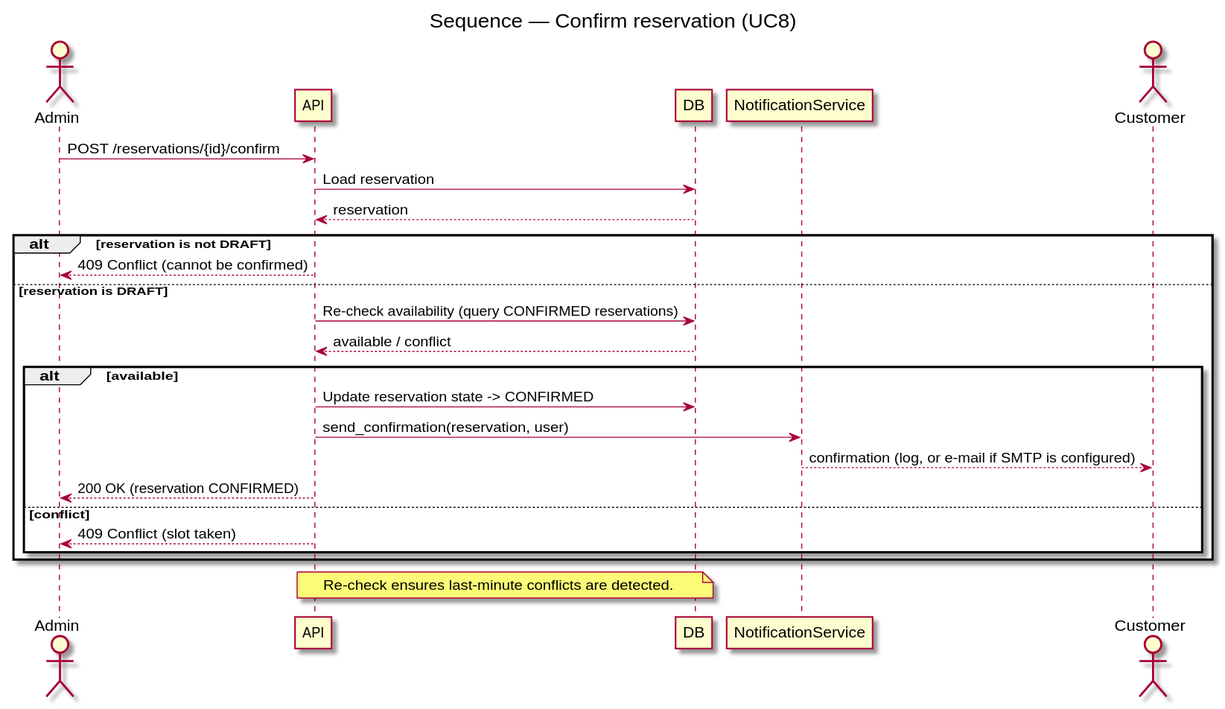
DavidMagyarics/CarRentalVSB keeps this PlantUML diagram as docs/diagrams/sequence_confirm_reservation.svg. Above is the earlier version.
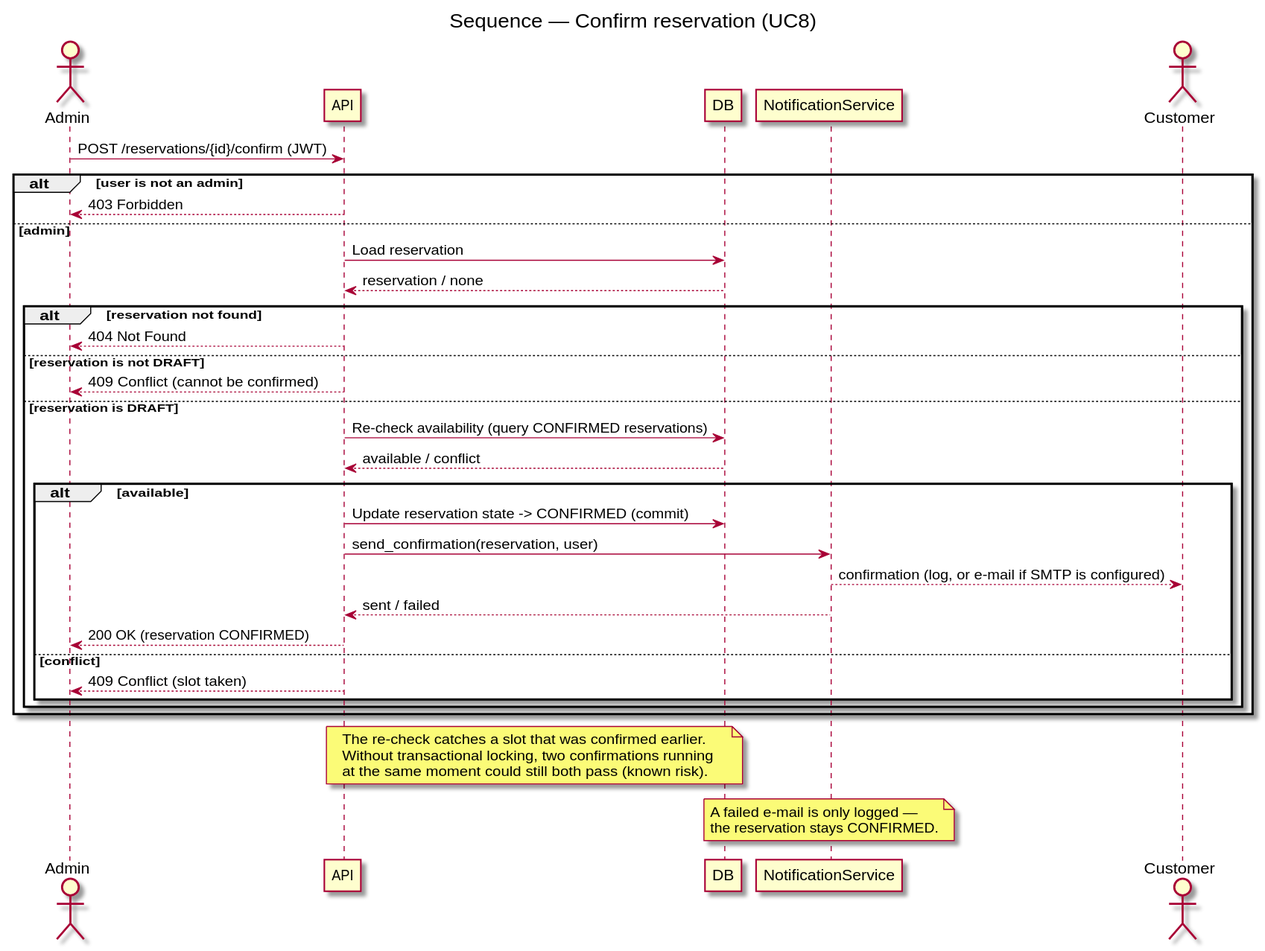
After the change.

Commit message:
chore: re-render PlantUML diagrams [skip ci]

Diff of the diagram source:
```diff
@@ -7,28 +7,43 @@
 participant NotificationService
 actor Customer
 
-Admin -> API: POST /reservations/{id}/confirm
-API -> DB: Load reservation
-DB --> API: reservation
+Admin -> API: POST /reservations/{id}/confirm (JWT)
 
-alt reservation is not DRAFT
-  API --> Admin: 409 Conflict (cannot be confirmed)
-else reservation is DRAFT
-  API -> DB: Re-check availability (query CONFIRMED reservations)
-  DB --> API: available / conflict
+alt user is not an admin
+  API --> Admin: 403 Forbidden
+else admin
+  API -> DB: Load reservation
+  DB --> API: reservation / none
 
-  alt available
-    API -> DB: Update reservation state -> CONFIRMED
-    API -> NotificationService: send_confirmation(reservation, user)
-    NotificationService --> Customer: confirmation (log, or e-mail if SMTP is configured)
-    API --> Admin: 200 OK (reservation CONFIRMED)
-  else conflict
-    API --> Admin: 409 Conflict (slot taken)
+  alt reservation not found
+    API --> Admin: 404 Not Found
+  else reservation is not DRAFT
+    API --> Admin: 409 Conflict (cannot be confirmed)
+  else reservation is DRAFT
+    API -> DB: Re-check availability (query CONFIRMED reservations)
+    DB --> API: available / conflict
+
+    alt available
+      API -> DB: Update reservation state -> CONFIRMED (commit)
+      API -> NotificationService: send_confirmation(reservation, user)
+      NotificationService --> Customer: confirmation (log, or e-mail if SMTP is configured)
+      NotificationService --> API: sent / failed
+      API --> Admin: 200 OK (reservation CONFIRMED)
+    else conflict
+      API --> Admin: 409 Conflict (slot taken)
+    end
   end
 end
 
 note over API,DB
-  Re-check ensures last-minute conflicts are detected.
+  The re-check catches a slot that was confirmed earlier.
+  Without transactional locking, two confirmations running
+  at the same moment could still both pass (known risk).
+end note
+
+note over NotificationService
+  A failed e-mail is only logged —
+  the reservation stays CONFIRMED.
 end note
 
 @enduml
```
